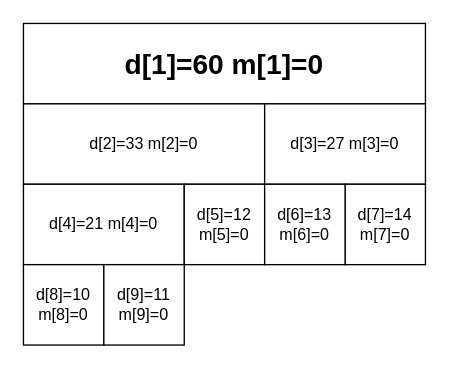
Before: segmentTree.drawio in LuooChen/drawio, a draw.io diagram. Source tidied: cells renumbered, new cells numbered last; positions are measured from the earlier drawing's top-left corner, leaving out a move shared by most shapes. Both pictures are drawn from the tidied source at 134%, with x=0, y=0 at pixel (23, 23).
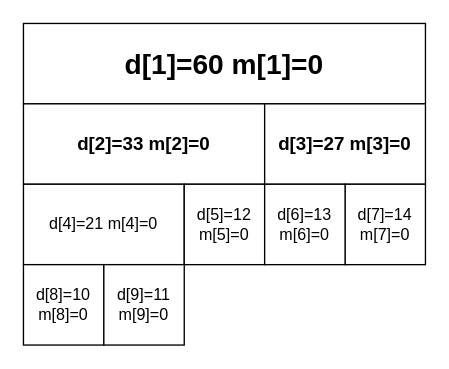
After the change.

Diff of the diagram source:
```diff
@@
 <mxGraphModel>
   <root>
     <mxCell id="0" />
     <mxCell id="1" parent="0" />
     <mxCell id="2" value="&lt;span style=&quot;font-size: 21px;&quot;&gt;&lt;font style=&quot;font-size: 21px;&quot;&gt;d[1]=60 m[1]=0&lt;/font&gt;&lt;/span&gt;" style="rounded=0;whiteSpace=wrap;html=1;fontSize=21;fontStyle=1;" parent="1" vertex="1">
       <mxGeometry width="300" height="60" as="geometry" />
     </mxCell>
-    <mxCell id="3" value="d[2]=33 m[2]=0" style="whiteSpace=wrap;html=1;rounded=0;" parent="1" vertex="1">
+    <mxCell id="3" value="d[2]=33 m[2]=0" style="whiteSpace=wrap;html=1;rounded=0;fontStyle=1;fontSize=14;" parent="1" vertex="1">
       <mxGeometry y="60" width="180" height="60" as="geometry" />
     </mxCell>
-    <mxCell id="4" value="d[3]=27 m[3]=0" style="whiteSpace=wrap;html=1;rounded=0;" parent="1" vertex="1">
+    <mxCell id="4" value="d[3]=27 m[3]=0" style="whiteSpace=wrap;html=1;rounded=0;fontStyle=1;fontSize=14;" parent="1" vertex="1">
       <mxGeometry x="180" y="60" width="120" height="60" as="geometry" />
     </mxCell>
     <mxCell id="5" value="d[4]=21 m[4]=0" style="whiteSpace=wrap;html=1;rounded=0;" parent="1" vertex="1">
       <mxGeometry y="120" width="120" height="60" as="geometry" />
     </mxCell>
     <mxCell id="6" value="d[5]=12 m[5]=0" style="whiteSpace=wrap;html=1;rounded=0;" parent="1" vertex="1">
       <mxGeometry x="120" y="120" width="60" height="60" as="geometry" />
     </mxCell>
     <mxCell id="7" value="d[7]=14 m[7]=0" style="whiteSpace=wrap;html=1;rounded=0;" parent="1" vertex="1">
       <mxGeometry x="240" y="120" width="60" height="60" as="geometry" />
     </mxCell>
     <mxCell id="8" value="d[6]=13 m[6]=0" style="whiteSpace=wrap;html=1;rounded=0;" parent="1" vertex="1">
       <mxGeometry x="180" y="120" width="60" height="60" as="geometry" />
     </mxCell>
     <mxCell id="9" value="d[8]=10 m[8]=0" style="whiteSpace=wrap;html=1;rounded=0;" parent="1" vertex="1">
       <mxGeometry y="180" width="60" height="60" as="geometry" />
     </mxCell>
     <mxCell id="10" value="d[9]=11 m[9]=0" style="whiteSpace=wrap;html=1;rounded=0;" parent="1" vertex="1">
       <mxGeometry x="60" y="180" width="60" height="60" as="geometry" />
     </mxCell>
   </root>
 </mxGraphModel>
```
